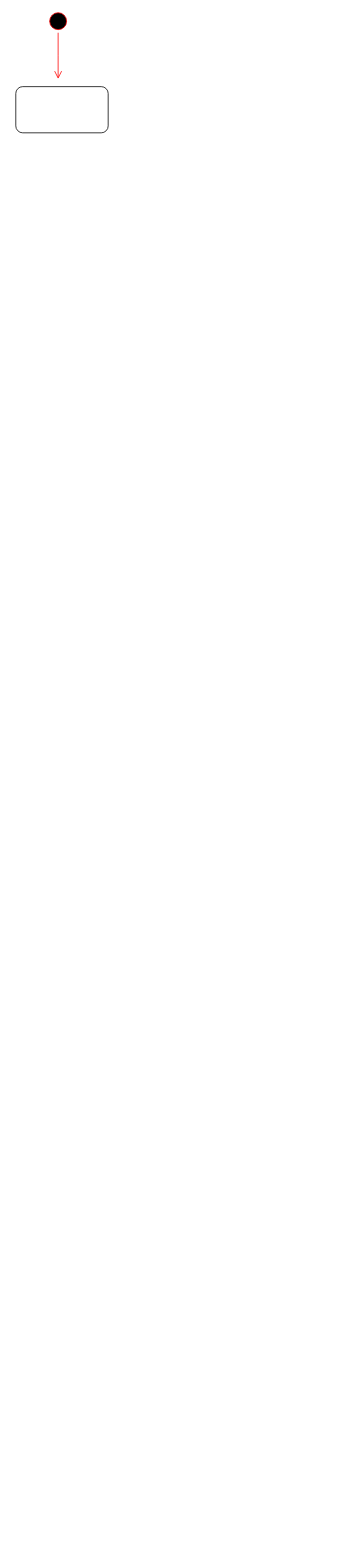
This is page "Page-1" (1 of 2) of activityDiagram.drawio from catray05/prog2_lab6, a draw.io file, before an edit. Source tidied: cells renumbered, new cells numbered last; positions are measured from the earlier drawing's top-left corner, leaving out a move shared by most shapes. Both pictures are drawn from the tidied source at 77%, with x=0, y=0 at pixel (15, 9).
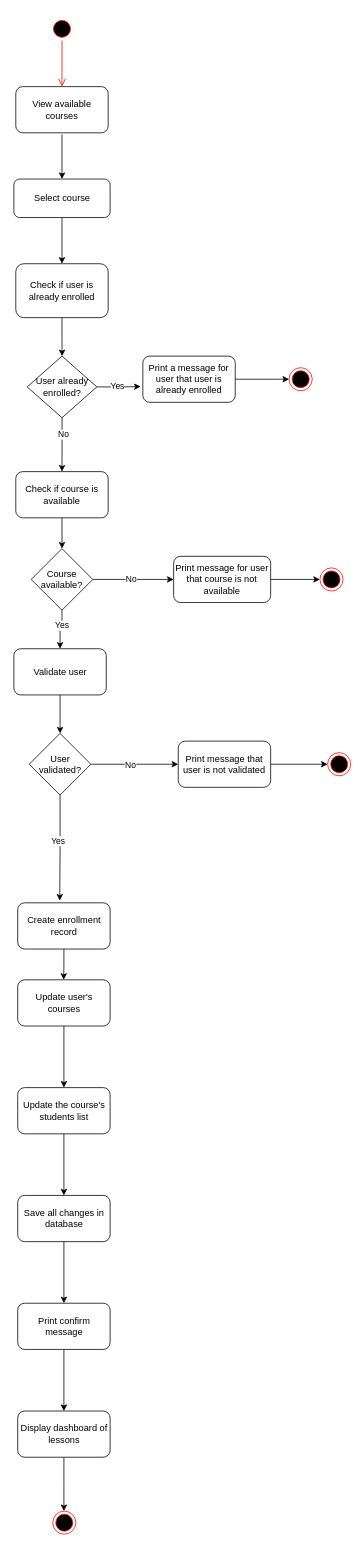
The same page after the edit.

Commit message:
not the final of activityDiagram, changes will be made

What changed in the source:
```diff
@@
-    <mxCell id="2" style="ellipse;html=1;shape=startState;fillColor=#000000;strokeColor=#ff0000;" parent="1" vertex="1">
-      <mxGeometry x="40" width="30" height="30" as="geometry" />
-    </mxCell>
-    <mxCell id="3" style="edgeStyle=orthogonalEdgeStyle;html=1;verticalAlign=bottom;endArrow=open;endSize=8;strokeColor=#ff0000;rounded=0;" parent="1" edge="1" source="2">
-      <mxGeometry relative="1" as="geometry">
-        <mxPoint x="55" y="90" as="targetPoint" />
-      </mxGeometry>
-    </mxCell>
-    <mxCell id="4" style="rounded=1;whiteSpace=wrap;html=1;" parent="1" vertex="1">
+    <mxCell id="4" value="View available courses" style="rounded=1;whiteSpace=wrap;html=1;" parent="1" vertex="1">
       <mxGeometry y="100" width="120" height="60" as="geometry" />
     </mxCell>
+    <mxCell id="5" style="endArrow=classic;html=1;rounded=0;entryX=0.5;entryY=0;entryDx=0;entryDy=0;" parent="1" edge="1" target="7">
+      <mxGeometry relative="1" as="geometry">
+        <mxPoint x="60" y="162" as="sourcePoint" />
+      </mxGeometry>
+    </mxCell>
+    <mxCell id="6" style="edgeStyle=orthogonalEdgeStyle;rounded=0;jettySize=auto;html=1;exitX=0.5;exitY=1;exitDx=0;exitDy=0;" parent="1" edge="1" source="7" target="12">
+      <mxGeometry relative="1" as="geometry" />
+    </mxCell>
+    <mxCell id="7" value="Select course" style="rounded=1;whiteSpace=wrap;html=1;" parent="1" vertex="1">
+      <mxGeometry x="-2.5" y="220" width="125" height="50" as="geometry" />
+    </mxCell>
+    <mxCell id="8" style="edgeStyle=orthogonalEdgeStyle;rounded=0;jettySize=auto;html=1;entryX=0.5;entryY=0;entryDx=0;entryDy=0;" parent="1" edge="1" source="10" target="17">
+      <mxGeometry relative="1" as="geometry" />
+    </mxCell>
+    <mxCell id="9" value="No" style="edgeLabel;html=1;align=center;verticalAlign=middle;" parent="8" vertex="1">
+      <mxGeometry x="-0.36" y="1" relative="1" as="geometry" />
+    </mxCell>
+    <mxCell id="10" value="User already enrolled?" style="rhombus;whiteSpace=wrap;html=1;" parent="1" vertex="1">
+      <mxGeometry x="14.8" y="450" width="90.5" height="80" as="geometry" />
+    </mxCell>
+    <mxCell id="11" style="edgeStyle=orthogonalEdgeStyle;rounded=0;jettySize=auto;html=1;" parent="1" edge="1" source="12" target="10">
+      <mxGeometry relative="1" as="geometry" />
+    </mxCell>
+    <mxCell id="12" value="Check if user is already enrolled" style="rounded=1;whiteSpace=wrap;html=1;" parent="1" vertex="1">
+      <mxGeometry y="330" width="120" height="70" as="geometry" />
+    </mxCell>
+    <mxCell id="13" style="edgeStyle=orthogonalEdgeStyle;rounded=0;jettySize=auto;html=1;exitX=1;exitY=0.5;exitDx=0;exitDy=0;entryX=0;entryY=0.5;entryDx=0;entryDy=0;" parent="1" edge="1" source="14" target="15">
+      <mxGeometry relative="1" as="geometry" />
+    </mxCell>
+    <mxCell id="14" value="Print a message for user that user is already enrolled" style="rounded=1;whiteSpace=wrap;html=1;" parent="1" vertex="1">
+      <mxGeometry x="165" y="450" width="120" height="60" as="geometry" />
+    </mxCell>
+    <mxCell id="15" style="ellipse;html=1;shape=endState;fillColor=#000000;strokeColor=#ff0000;" parent="1" vertex="1">
+      <mxGeometry x="355" y="465" width="30" height="30" as="geometry" />
+    </mxCell>
+    <mxCell id="16" style="edgeStyle=orthogonalEdgeStyle;rounded=0;jettySize=auto;html=1;exitX=0.5;exitY=1;exitDx=0;exitDy=0;" parent="1" edge="1" source="17" target="22">
+      <mxGeometry relative="1" as="geometry" />
+    </mxCell>
+    <mxCell id="17" value="Check if course is available" style="rounded=1;whiteSpace=wrap;html=1;" parent="1" vertex="1">
+      <mxGeometry y="600" width="120" height="60" as="geometry" />
+    </mxCell>
+    <mxCell id="18" style="edgeStyle=orthogonalEdgeStyle;rounded=0;jettySize=auto;html=1;exitX=1;exitY=0.5;exitDx=0;exitDy=0;entryX=0;entryY=0.5;entryDx=0;entryDy=0;" parent="1" edge="1" source="22" target="24">
+      <mxGeometry relative="1" as="geometry" />
+    </mxCell>
+    <mxCell id="19" value="No" style="edgeLabel;html=1;align=center;verticalAlign=middle;" parent="18" vertex="1">
+      <mxGeometry x="-0.06" y="1" relative="1" as="geometry" />
+    </mxCell>
+    <mxCell id="20" style="edgeStyle=orthogonalEdgeStyle;rounded=0;jettySize=auto;html=1;entryX=0.5;entryY=0;entryDx=0;entryDy=0;" parent="1" edge="1" source="22" target="26">
+      <mxGeometry relative="1" as="geometry" />
+    </mxCell>
+    <mxCell id="21" value="Yes" style="edgeLabel;html=1;align=center;verticalAlign=middle;" parent="20" vertex="1">
+      <mxGeometry x="-0.26" y="-1" relative="1" as="geometry" />
+    </mxCell>
+    <mxCell id="22" value="Course available?" style="rhombus;whiteSpace=wrap;html=1;" parent="1" vertex="1">
+      <mxGeometry x="20" y="700" width="80" height="80" as="geometry" />
+    </mxCell>
+    <mxCell id="23" style="edgeStyle=orthogonalEdgeStyle;rounded=0;jettySize=auto;html=1;" parent="1" edge="1" source="24" target="36">
+      <mxGeometry relative="1" as="geometry" />
+    </mxCell>
+    <mxCell id="24" value="Print message for user that course is not available" style="rounded=1;whiteSpace=wrap;html=1;" parent="1" vertex="1">
+      <mxGeometry x="205" y="710" width="126" height="60" as="geometry" />
+    </mxCell>
+    <mxCell id="25" style="edgeStyle=orthogonalEdgeStyle;rounded=0;jettySize=auto;html=1;entryX=0.5;entryY=0;entryDx=0;entryDy=0;" parent="1" edge="1" source="26" target="29">
+      <mxGeometry relative="1" as="geometry" />
+    </mxCell>
+    <mxCell id="26" value="Validate user" style="rounded=1;whiteSpace=wrap;html=1;" parent="1" vertex="1">
+      <mxGeometry x="-2.5" y="830" width="120" height="60" as="geometry" />
+    </mxCell>
+    <mxCell id="27" style="edgeStyle=orthogonalEdgeStyle;rounded=0;jettySize=auto;html=1;exitX=1;exitY=0.5;exitDx=0;exitDy=0;entryX=0;entryY=0.5;entryDx=0;entryDy=0;" parent="1" edge="1" source="29" target="31">
+      <mxGeometry relative="1" as="geometry" />
+    </mxCell>
+    <mxCell id="28" value="No" style="edgeLabel;html=1;align=center;verticalAlign=middle;" parent="27" vertex="1">
+      <mxGeometry x="-0.11" relative="1" as="geometry" />
+    </mxCell>
+    <mxCell id="29" value="User validated?" style="rhombus;whiteSpace=wrap;html=1;" parent="1" vertex="1">
+      <mxGeometry x="17.5" y="940" width="80" height="80" as="geometry" />
+    </mxCell>
+    <mxCell id="30" style="edgeStyle=orthogonalEdgeStyle;rounded=0;jettySize=auto;html=1;exitX=1;exitY=0.5;exitDx=0;exitDy=0;entryX=0;entryY=0.5;entryDx=0;entryDy=0;" parent="1" edge="1" source="31" target="37">
+      <mxGeometry relative="1" as="geometry" />
+    </mxCell>
+    <mxCell id="31" value="Print message that user is not validated" style="rounded=1;whiteSpace=wrap;html=1;" parent="1" vertex="1">
+      <mxGeometry x="211" y="950" width="120" height="60" as="geometry" />
+    </mxCell>
+    <mxCell id="32" style="ellipse;html=1;shape=startState;fillColor=#000000;strokeColor=#ff0000;" parent="1" vertex="1">
+      <mxGeometry x="45" y="10" width="30" height="30" as="geometry" />
+    </mxCell>
+    <mxCell id="33" style="edgeStyle=orthogonalEdgeStyle;html=1;verticalAlign=bottom;endArrow=open;endSize=8;strokeColor=#ff0000;rounded=0;entryX=0.5;entryY=0;entryDx=0;entryDy=0;" parent="1" edge="1" source="32" target="4">
+      <mxGeometry relative="1" as="geometry" />
+    </mxCell>
+    <mxCell id="34" style="edgeStyle=orthogonalEdgeStyle;rounded=0;jettySize=auto;html=1;exitX=1;exitY=0.5;exitDx=0;exitDy=0;entryX=-0.023;entryY=0.659;entryDx=0;entryDy=0;entryPerimeter=0;" parent="1" edge="1" source="10" target="14">
+      <mxGeometry relative="1" as="geometry" />
+    </mxCell>
+    <mxCell id="35" value="Yes" style="edgeLabel;html=1;align=center;verticalAlign=middle;" parent="34" vertex="1">
+      <mxGeometry x="-0.1" y="2" relative="1" as="geometry" />
+    </mxCell>
+    <mxCell id="36" style="ellipse;html=1;shape=endState;fillColor=#000000;strokeColor=#ff0000;" parent="1" vertex="1">
+      <mxGeometry x="395" y="725" width="30" height="30" as="geometry" />
+    </mxCell>
+    <mxCell id="37" style="ellipse;html=1;shape=endState;fillColor=#000000;strokeColor=#ff0000;" parent="1" vertex="1">
+      <mxGeometry x="405" y="965" width="30" height="30" as="geometry" />
+    </mxCell>
+    <mxCell id="38" style="edgeStyle=orthogonalEdgeStyle;rounded=0;jettySize=auto;html=1;exitX=0.5;exitY=1;exitDx=0;exitDy=0;" parent="1" edge="1" source="39">
+      <mxGeometry relative="1" as="geometry">
+        <mxPoint x="62.2" y="1260" as="targetPoint" />
+      </mxGeometry>
+    </mxCell>
+    <mxCell id="39" value="Create enrollment record" style="rounded=1;whiteSpace=wrap;html=1;" parent="1" vertex="1">
+      <mxGeometry x="2.5" y="1160" width="120" height="60" as="geometry" />
+    </mxCell>
+    <mxCell id="40" style="edgeStyle=orthogonalEdgeStyle;rounded=0;jettySize=auto;html=1;entryX=0.455;entryY=-0.048;entryDx=0;entryDy=0;entryPerimeter=0;" parent="1" edge="1" source="29" target="39">
+      <mxGeometry relative="1" as="geometry" />
+    </mxCell>
+    <mxCell id="41" value="Yes" style="edgeLabel;html=1;align=center;verticalAlign=middle;" parent="40" vertex="1">
+      <mxGeometry x="-0.14" y="-3" relative="1" as="geometry" />
+    </mxCell>
+    <mxCell id="42" style="edgeStyle=orthogonalEdgeStyle;rounded=0;jettySize=auto;html=1;" parent="1" edge="1" source="43" target="45">
+      <mxGeometry relative="1" as="geometry" />
+    </mxCell>
+    <mxCell id="43" value="Update user's courses" style="rounded=1;whiteSpace=wrap;html=1;" parent="1" vertex="1">
+      <mxGeometry x="2.5" y="1260" width="120" height="60" as="geometry" />
+    </mxCell>
+    <mxCell id="44" style="edgeStyle=orthogonalEdgeStyle;rounded=0;jettySize=auto;html=1;" parent="1" edge="1" source="45" target="47">
+      <mxGeometry relative="1" as="geometry" />
+    </mxCell>
+    <mxCell id="45" value="Update the course's students list" style="whiteSpace=wrap;html=1;rounded=1;" parent="1" vertex="1">
+      <mxGeometry x="2.5" y="1400" width="120" height="60" as="geometry" />
+    </mxCell>
+    <mxCell id="46" style="edgeStyle=orthogonalEdgeStyle;rounded=0;jettySize=auto;html=1;" parent="1" edge="1" source="47" target="49">
+      <mxGeometry relative="1" as="geometry" />
+    </mxCell>
+    <mxCell id="47" value="Save all changes in database" style="whiteSpace=wrap;html=1;rounded=1;" parent="1" vertex="1">
+      <mxGeometry x="2.5" y="1540" width="120" height="60" as="geometry" />
+    </mxCell>
+    <mxCell id="48" style="edgeStyle=orthogonalEdgeStyle;rounded=0;jettySize=auto;html=1;" parent="1" edge="1" source="49" target="51">
+      <mxGeometry relative="1" as="geometry" />
+    </mxCell>
+    <mxCell id="49" value="Print confirm message" style="rounded=1;whiteSpace=wrap;html=1;" parent="1" vertex="1">
+      <mxGeometry x="2.5" y="1680" width="120" height="60" as="geometry" />
+    </mxCell>
+    <mxCell id="50" style="edgeStyle=orthogonalEdgeStyle;rounded=0;jettySize=auto;html=1;" parent="1" edge="1" source="51">
+      <mxGeometry relative="1" as="geometry">
+        <mxPoint x="62.5" y="1950" as="targetPoint" />
+      </mxGeometry>
+    </mxCell>
+    <mxCell id="51" value="Display dashboard of lessons" style="rounded=1;whiteSpace=wrap;html=1;" parent="1" vertex="1">
+      <mxGeometry x="2.5" y="1820" width="120" height="60" as="geometry" />
+    </mxCell>
+    <mxCell id="52" style="ellipse;html=1;shape=endState;fillColor=#000000;strokeColor=#ff0000;" parent="1" vertex="1">
+      <mxGeometry x="48" y="1950" width="30" height="30" as="geometry" />
+    </mxCell>
```
